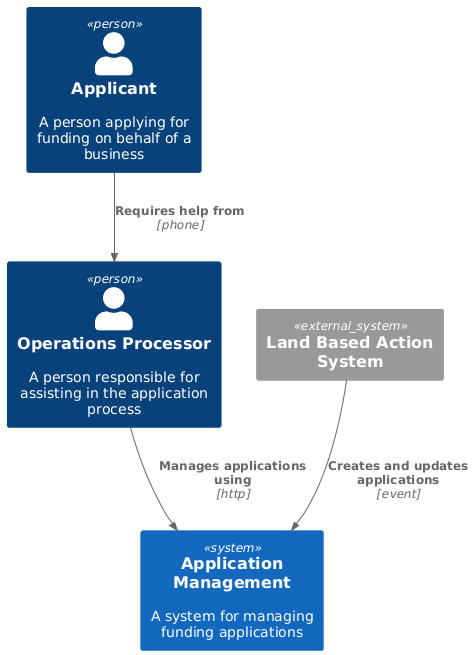
This is docs/export/Application Management Context.png from DEFRA/ffc-rps-experiment-api, a PlantUML export, as it was before one commit.
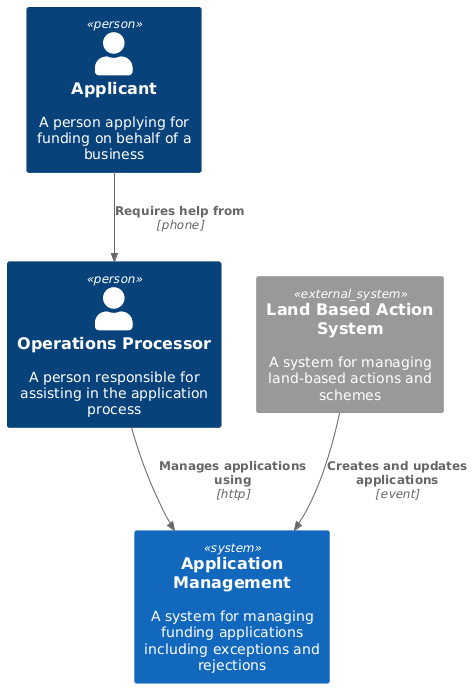
After the change.

Change to the diagram source:
```diff
@@ -1,11 +1,15 @@
 @startuml
 !include https://raw.githubusercontent.com/plantuml-stdlib/C4-PlantUML/master/C4_Context.puml
+!$landActionsDescription="A system for managing land-based actions and schemes"
+!$applicationBuilderDescription="A system for building and maintaining funding schemes and actions"
+!$applicationManagementDescription="A system for managing funding applications including exceptions and rejections"
+!$applicationUiDescription="A website hosting a funding application form"
 
   Person(applicant, "Applicant", "A person applying for funding on behalf of a business")
   Person(operationsStaff, "Operations Processor", "A person responsible for assisting in the application process")
 
-  System(applicationManagement, "Application Management", "A system for managing funding applications")
-  System_Ext(landActions, "Land Based Action System")
+  System(applicationManagement, "Application Management", $applicationManagementDescription)
+  System_Ext(landActions, "Land Based Action System", $landActionsDescription)
 
   Rel(applicant, operationsStaff, "Requires help from", "phone")
   Rel(operationsStaff, applicationManagement, "Manages applications using", "http")
```
